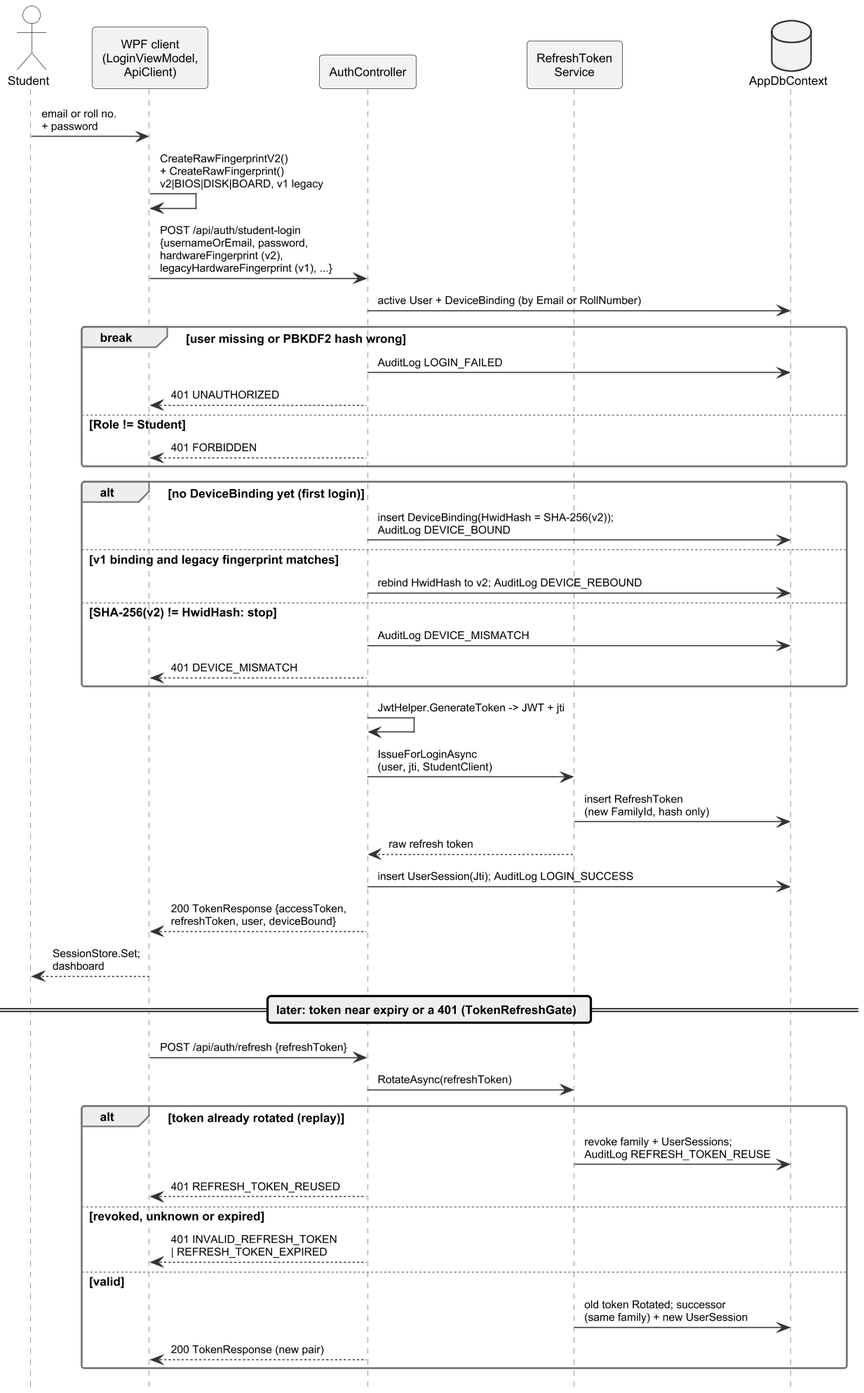
Haiderali27-hub/AI-Lab-Monitoring- keeps this PlantUML diagram as important docs/fyp_doc_3chatp/Figures/seq_login.png. Above is the earlier version. Source of this version:
```plantuml
@startuml
!include style.iuml
hide footbox
skinparam ParticipantPadding 0
skinparam BoxPadding 0
skinparam sequence {
  MessageAlign left
}

actor Student
participant "WPF client\n(LoginViewModel,\nApiClient)" as VM
participant "AuthController" as AC
participant "RefreshToken\nService" as RT
database "AppDbContext" as DB

Student -> VM : email or roll no.\n+ password
VM -> VM : CreateRawFingerprintV2()\n+ CreateRawFingerprint()\nv2|BIOS|DISK|BOARD, v1 legacy
VM -> AC : POST /api/auth/student-login\n{usernameOrEmail, password,\nhardwareFingerprint (v2),\nlegacyHardwareFingerprint (v1), ...}
AC -> DB : active User + DeviceBinding (by Email or RollNumber)
break user missing or PBKDF2 hash wrong
  AC -> DB : AuditLog LOGIN_FAILED
  AC --> VM : 401 UNAUTHORIZED
else Role != Student
  AC --> VM : 401 FORBIDDEN
end
alt no DeviceBinding yet (first login)
  AC -> DB : insert DeviceBinding(HwidHash = SHA-256(v2));\nAuditLog DEVICE_BOUND
else v1 binding and legacy fingerprint matches
  AC -> DB : rebind HwidHash to v2; AuditLog DEVICE_REBOUND
else SHA-256(v2) != HwidHash: stop
  AC -> DB : AuditLog DEVICE_MISMATCH
  AC --> VM : 401 DEVICE_MISMATCH
end
AC -> AC : JwtHelper.GenerateToken -> JWT + jti
AC -> RT : IssueForLoginAsync\n(user, jti, StudentClient)
RT -> DB : insert RefreshToken\n(new FamilyId, hash only)
RT --> AC : raw refresh token
AC -> DB : insert UserSession(Jti); AuditLog LOGIN_SUCCESS
AC --> VM : 200 TokenResponse {accessToken,\nrefreshToken, user, deviceBound}
VM --> Student : SessionStore.Set;\ndashboard
== later: token near expiry or a 401 (TokenRefreshGate) ==
VM -> AC : POST /api/auth/refresh {refreshToken}
AC -> RT : RotateAsync(refreshToken)
alt token already rotated (replay)
  RT -> DB : revoke family + UserSessions;\nAuditLog REFRESH_TOKEN_REUSE
  AC --> VM : 401 REFRESH_TOKEN_REUSED
else revoked, unknown or expired
  AC --> VM : 401 INVALID_REFRESH_TOKEN\n| REFRESH_TOKEN_EXPIRED
else valid
  RT -> DB : old token Rotated; successor\n(same family) + new UserSession
  AC --> VM : 200 TokenResponse (new pair)
end
@enduml
```
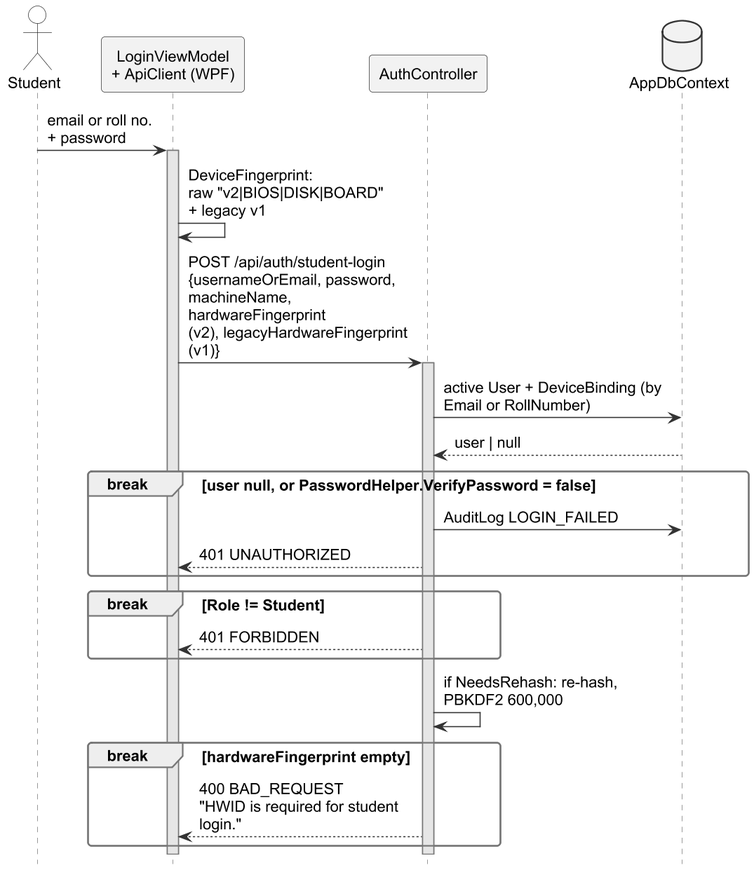
After the change.

The edit, as a diff of the source:
```diff
@@ -1,53 +1,39 @@
 @startuml
 !include style.iuml
+skinparam defaultFontSize 14
+skinparam ArrowFontSize 14
+skinparam maxMessageSize 200
 hide footbox
-skinparam ParticipantPadding 0
+hide unlinked
+skinparam ParticipantPadding 2
 skinparam BoxPadding 0
 skinparam sequence {
   MessageAlign left
+  LifeLineBackgroundColor #E6E6E6
 }
 
 actor Student
-participant "WPF client\n(LoginViewModel,\nApiClient)" as VM
+participant "LoginViewModel\n+ ApiClient (WPF)" as VM
 participant "AuthController" as AC
 participant "RefreshToken\nService" as RT
 database "AppDbContext" as DB
 
 Student -> VM : email or roll no.\n+ password
-VM -> VM : CreateRawFingerprintV2()\n+ CreateRawFingerprint()\nv2|BIOS|DISK|BOARD, v1 legacy
-VM -> AC : POST /api/auth/student-login\n{usernameOrEmail, password,\nhardwareFingerprint (v2),\nlegacyHardwareFingerprint (v1), ...}
+activate VM
+VM -> VM : DeviceFingerprint:\nraw "v2|BIOS|DISK|BOARD"\n+ legacy v1
+VM -> AC : POST /api/auth/student-login\n{usernameOrEmail, password,\nmachineName, hardwareFingerprint\n(v2), legacyHardwareFingerprint (v1)}
+activate AC
 AC -> DB : active User + DeviceBinding (by Email or RollNumber)
-break user missing or PBKDF2 hash wrong
+DB --> AC : user | null
+break user null, or PasswordHelper.VerifyPassword = false
   AC -> DB : AuditLog LOGIN_FAILED
   AC --> VM : 401 UNAUTHORIZED
-else Role != Student
+end
+break Role != Student
   AC --> VM : 401 FORBIDDEN
 end
-alt no DeviceBinding yet (first login)
-  AC -> DB : insert DeviceBinding(HwidHash = SHA-256(v2));\nAuditLog DEVICE_BOUND
-else v1 binding and legacy fingerprint matches
-  AC -> DB : rebind HwidHash to v2; AuditLog DEVICE_REBOUND
-else SHA-256(v2) != HwidHash: stop
-  AC -> DB : AuditLog DEVICE_MISMATCH
-  AC --> VM : 401 DEVICE_MISMATCH
-end
-AC -> AC : JwtHelper.GenerateToken -> JWT + jti
-AC -> RT : IssueForLoginAsync\n(user, jti, StudentClient)
-RT -> DB : insert RefreshToken\n(new FamilyId, hash only)
-RT --> AC : raw refresh token
-AC -> DB : insert UserSession(Jti); AuditLog LOGIN_SUCCESS
-AC --> VM : 200 TokenResponse {accessToken,\nrefreshToken, user, deviceBound}
-VM --> Student : SessionStore.Set;\ndashboard
-== later: token near expiry or a 401 (TokenRefreshGate) ==
-VM -> AC : POST /api/auth/refresh {refreshToken}
-AC -> RT : RotateAsync(refreshToken)
-alt token already rotated (replay)
-  RT -> DB : revoke family + UserSessions;\nAuditLog REFRESH_TOKEN_REUSE
-  AC --> VM : 401 REFRESH_TOKEN_REUSED
-else revoked, unknown or expired
-  AC --> VM : 401 INVALID_REFRESH_TOKEN\n| REFRESH_TOKEN_EXPIRED
-else valid
-  RT -> DB : old token Rotated; successor\n(same family) + new UserSession
-  AC --> VM : 200 TokenResponse (new pair)
+AC -> AC : if NeedsRehash: re-hash, PBKDF2 600,000
+break hardwareFingerprint empty
+  AC --> VM : 400 BAD_REQUEST\n"HWID is required for student login."
 end
 @enduml
```
